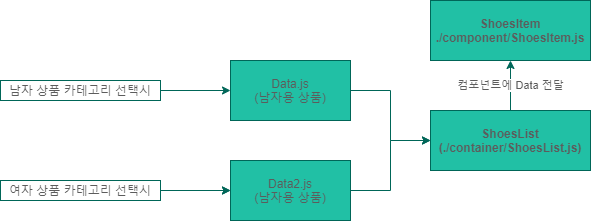
Before: dataflow.png, a diagram exported from draw.io (MinsoftK/Astronaut-Shop). Source tidied: cells renumbered, new cells last; positions are measured from the earlier drawing's top-left corner, leaving out a move shared by most shapes. The source it was exported from:
```xml
<mxGraphModel>
  <root>
    <mxCell id="0" />
    <mxCell id="1" parent="0" />
    <mxCell id="2" style="edgeStyle=orthogonalEdgeStyle;rounded=0;jettySize=auto;html=1;entryX=0;entryY=0.5;entryDx=0;entryDy=0;strokeColor=#006658;fontColor=#5C5C5C;" parent="1" edge="1" source="3" target="7">
      <mxGeometry relative="1" as="geometry" />
    </mxCell>
    <mxCell id="3" value="Data.js&lt;br&gt;(남자용 상품)" style="rounded=0;whiteSpace=wrap;html=1;fillColor=#21C0A5;strokeColor=#006658;fontColor=#5C5C5C;" parent="1" vertex="1">
      <mxGeometry x="230" y="60" width="120" height="60" as="geometry" />
    </mxCell>
    <mxCell id="4" style="edgeStyle=orthogonalEdgeStyle;rounded=0;jettySize=auto;html=1;strokeColor=#006658;fontColor=#5C5C5C;" parent="1" edge="1" source="5" target="7">
      <mxGeometry relative="1" as="geometry" />
    </mxCell>
    <mxCell id="5" value="Data2.js&lt;br&gt;(남자용 상품)" style="rounded=0;whiteSpace=wrap;html=1;fillColor=#21C0A5;strokeColor=#006658;fontColor=#5C5C5C;" parent="1" vertex="1">
      <mxGeometry x="230" y="160" width="120" height="60" as="geometry" />
    </mxCell>
    <mxCell id="6" value="컴포넌트에 Data 전달" style="edgeStyle=orthogonalEdgeStyle;rounded=0;jettySize=auto;html=1;strokeColor=#006658;fontColor=#5C5C5C;" parent="1" edge="1" source="7" target="8">
      <mxGeometry relative="1" as="geometry" />
    </mxCell>
    <mxCell id="7" value="ShoesList&lt;br&gt;(./container/ShoesList.js)" style="rounded=0;whiteSpace=wrap;html=1;fontStyle=1;fillColor=#21C0A5;strokeColor=#006658;fontColor=#5C5C5C;" parent="1" vertex="1">
      <mxGeometry x="430" y="110" width="160" height="60" as="geometry" />
    </mxCell>
    <mxCell id="8" value="&lt;b&gt;ShoesItem&lt;br&gt;./component/ShoesItem.js&lt;br&gt;&lt;/b&gt;" style="rounded=0;whiteSpace=wrap;html=1;fillColor=#21C0A5;strokeColor=#006658;fontColor=#5C5C5C;" parent="1" vertex="1">
      <mxGeometry x="430" width="160" height="60" as="geometry" />
    </mxCell>
    <mxCell id="9" style="edgeStyle=orthogonalEdgeStyle;rounded=0;jettySize=auto;html=1;strokeColor=#006658;fontColor=#5C5C5C;" parent="1" edge="1" source="10" target="3">
      <mxGeometry relative="1" as="geometry" />
    </mxCell>
    <mxCell id="10" value="남자 상품 카테고리 선택시" style="text;html=1;fillColor=none;align=center;verticalAlign=middle;whiteSpace=wrap;rounded=0;strokeColor=#006658;fontColor=#5C5C5C;" parent="1" vertex="1">
      <mxGeometry y="80" width="160" height="20" as="geometry" />
    </mxCell>
    <mxCell id="11" style="edgeStyle=orthogonalEdgeStyle;rounded=0;jettySize=auto;html=1;strokeColor=#006658;fontColor=#5C5C5C;" parent="1" edge="1" target="5">
      <mxGeometry relative="1" as="geometry">
        <mxPoint x="170" y="190" as="sourcePoint" />
      </mxGeometry>
    </mxCell>
    <mxCell id="12" style="edgeStyle=orthogonalEdgeStyle;rounded=0;jettySize=auto;html=1;strokeColor=#006658;fontColor=#5C5C5C;" parent="1" edge="1" source="13" target="5">
      <mxGeometry relative="1" as="geometry" />
    </mxCell>
    <mxCell id="13" value="여자 상품 카테고리 선택시" style="text;html=1;fillColor=none;align=center;verticalAlign=middle;whiteSpace=wrap;rounded=0;strokeColor=#006658;fontColor=#5C5C5C;" parent="1" vertex="1">
      <mxGeometry y="180" width="160" height="20" as="geometry" />
    </mxCell>
  </root>
</mxGraphModel>
```
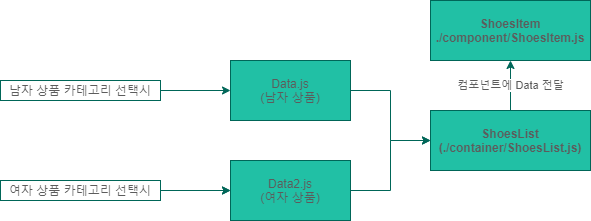
Above is the later version.

What changed in the source:
```diff
@@ -5,13 +5,13 @@
     <mxCell id="2" style="edgeStyle=orthogonalEdgeStyle;rounded=0;jettySize=auto;html=1;entryX=0;entryY=0.5;entryDx=0;entryDy=0;strokeColor=#006658;fontColor=#5C5C5C;" parent="1" edge="1" source="3" target="7">
       <mxGeometry relative="1" as="geometry" />
     </mxCell>
-    <mxCell id="3" value="Data.js&lt;br&gt;(남자용 상품)" style="rounded=0;whiteSpace=wrap;html=1;fillColor=#21C0A5;strokeColor=#006658;fontColor=#5C5C5C;" parent="1" vertex="1">
+    <mxCell id="3" value="Data.js&lt;br&gt;(남자 상품)" style="rounded=0;whiteSpace=wrap;html=1;fillColor=#21C0A5;strokeColor=#006658;fontColor=#5C5C5C;" parent="1" vertex="1">
       <mxGeometry x="230" y="60" width="120" height="60" as="geometry" />
     </mxCell>
     <mxCell id="4" style="edgeStyle=orthogonalEdgeStyle;rounded=0;jettySize=auto;html=1;strokeColor=#006658;fontColor=#5C5C5C;" parent="1" edge="1" source="5" target="7">
       <mxGeometry relative="1" as="geometry" />
     </mxCell>
-    <mxCell id="5" value="Data2.js&lt;br&gt;(남자용 상품)" style="rounded=0;whiteSpace=wrap;html=1;fillColor=#21C0A5;strokeColor=#006658;fontColor=#5C5C5C;" parent="1" vertex="1">
+    <mxCell id="5" value="Data2.js&lt;br&gt;(여자 상품)" style="rounded=0;whiteSpace=wrap;html=1;fillColor=#21C0A5;strokeColor=#006658;fontColor=#5C5C5C;" parent="1" vertex="1">
       <mxGeometry x="230" y="160" width="120" height="60" as="geometry" />
     </mxCell>
     <mxCell id="6" value="컴포넌트에 Data 전달" style="edgeStyle=orthogonalEdgeStyle;rounded=0;jettySize=auto;html=1;strokeColor=#006658;fontColor=#5C5C5C;" parent="1" edge="1" source="7" target="8">
```
